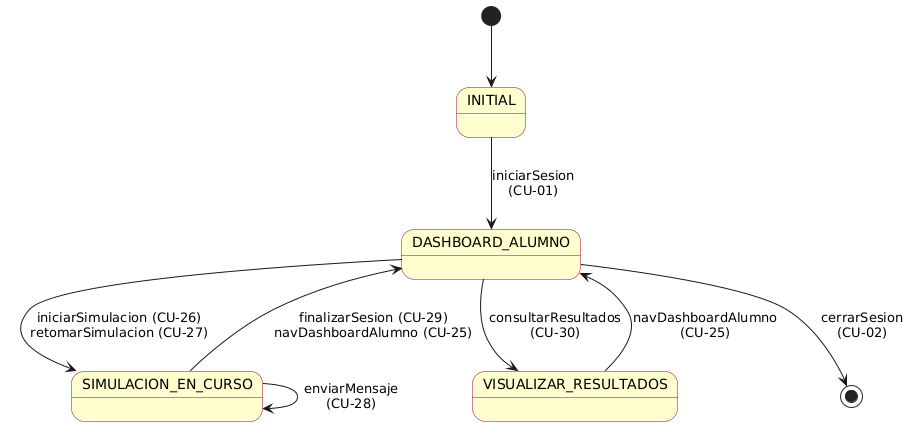
Before: docs/disciplinaDeRequisitos/3. DiagramaDeContexto/diagContextoAlumno.png, a diagram exported from PlantUML (JLRG806/omni-sim-tfg). Its source is kept beside it as docs/disciplinaDeRequisitos/3. DiagramaDeContexto/diagContextoAlumno.puml.
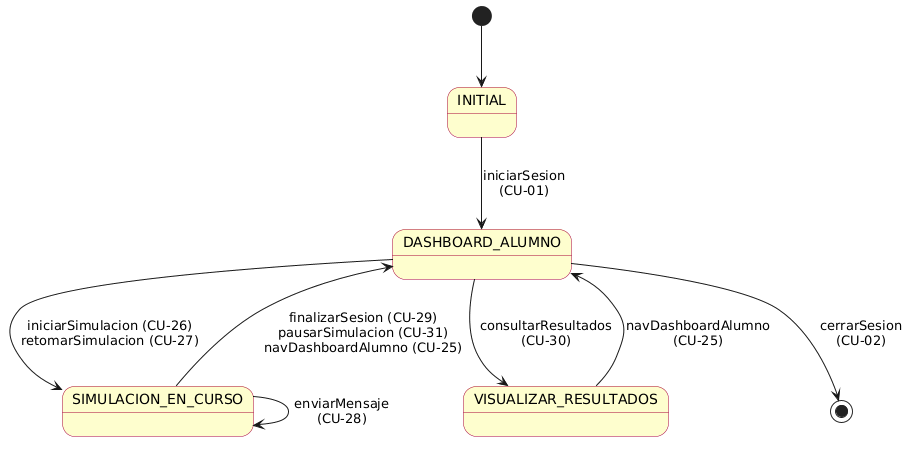
After the commit.

Commit message:
fix: se añadio CU-31 al diagrama de contexto alumno

What changed in the source:
```diff
@@ -1,24 +1,23 @@
 @startuml
-skinparam stateBackgroundColor #FEFECE
-skinparam stateBorderColor #A80036
+  skinparam stateBackgroundColor #FEFECE
+  skinparam stateBorderColor #A80036
 
-state "INITIAL" as INIT
-state "DASHBOARD_ALUMNO" as DASH
-state "SIMULACION_EN_CURSO" as SIM
-state "VISUALIZAR_RESULTADOS" as RESULT
+  state "INITIAL" as INIT
+  state "DASHBOARD_ALUMNO" as DASH
+  state "SIMULACION_EN_CURSO" as SIM
+  state "VISUALIZAR_RESULTADOS" as RESULT
 
-[*] --> INIT
+  [*] --> INIT
 
-INIT --> DASH : iniciarSesion\n(CU-01)
+  INIT --> DASH : iniciarSesion\n(CU-01)
 
-DASH --> SIM : iniciarSimulacion (CU-26)\nretomarSimulacion (CU-27)
-DASH --> RESULT : consultarResultados\n(CU-30)
+  DASH --> SIM : iniciarSimulacion (CU-26)\nretomarSimulacion (CU-27)
+  DASH --> RESULT : consultarResultados\n(CU-30)
 
-SIM --> SIM : enviarMensaje\n(CU-28)
-SIM --> DASH : finalizarSesion (CU-29)\nnavDashboardAlumno (CU-25)
+  SIM --> SIM : enviarMensaje\n(CU-28)
+  SIM --> DASH : finalizarSesion (CU-29)\npausarSimulacion (CU-31)\nnavDashboardAlumno (CU-25)
 
-RESULT --> DASH : navDashboardAlumno\n(CU-25)
+  RESULT --> DASH : navDashboardAlumno\n(CU-25)
 
-DASH --> [*] : cerrarSesion\n(CU-02)
-
-@enduml
+  DASH --> [*] : cerrarSesion\n(CU-02)
+  @enduml
```
